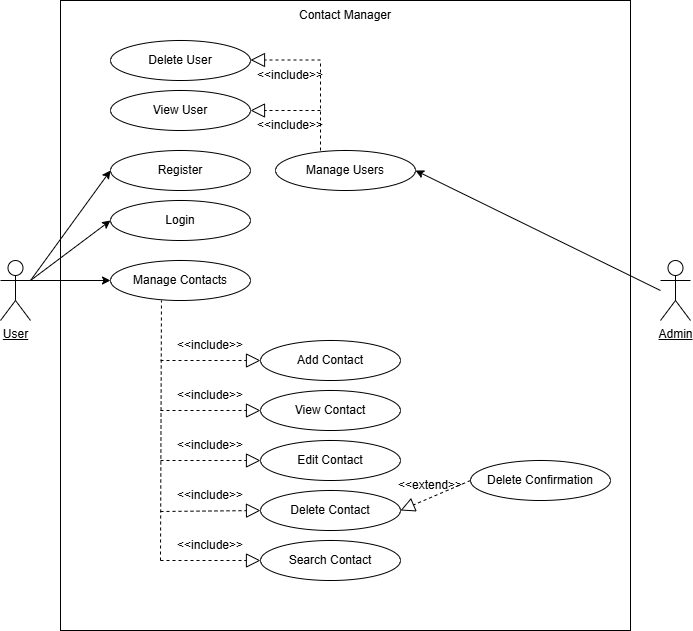
The draw.io diagram FinalUseCase.png in evanjania/POOSD-Group-6-Small-Project, before a commit. Source tidied: cells renumbered, new cells last; positions are measured from the earlier drawing's top-left corner, leaving out a move shared by most shapes. Its diagram source:
```xml
<mxGraphModel>
  <root>
    <mxCell id="0" />
    <mxCell id="1" parent="0" />
    <mxCell id="2" style="rounded=0;whiteSpace=wrap;html=1;" parent="1" vertex="1">
      <mxGeometry x="60" width="570" height="630" as="geometry" />
    </mxCell>
    <mxCell id="3" value="&lt;u&gt;User&lt;/u&gt;" style="shape=umlActor;verticalLabelPosition=bottom;verticalAlign=top;html=1;" parent="1" vertex="1">
      <mxGeometry y="260" width="30" height="60" as="geometry" />
    </mxCell>
    <mxCell id="4" value="Register" style="ellipse;whiteSpace=wrap;html=1;" parent="1" vertex="1">
      <mxGeometry x="110" y="150" width="140" height="40" as="geometry" />
    </mxCell>
    <mxCell id="5" value="Login" style="ellipse;whiteSpace=wrap;html=1;" parent="1" vertex="1">
      <mxGeometry x="110" y="200" width="140" height="40" as="geometry" />
    </mxCell>
    <mxCell id="6" value="Manage Contacts" style="ellipse;whiteSpace=wrap;html=1;" parent="1" vertex="1">
      <mxGeometry x="110" y="260" width="140" height="40" as="geometry" />
    </mxCell>
    <mxCell id="7" value="Add Contact" style="ellipse;whiteSpace=wrap;html=1;" parent="1" vertex="1">
      <mxGeometry x="260" y="340" width="140" height="40" as="geometry" />
    </mxCell>
    <mxCell id="8" value="View Contact" style="ellipse;whiteSpace=wrap;html=1;" parent="1" vertex="1">
      <mxGeometry x="260" y="390" width="140" height="40" as="geometry" />
    </mxCell>
    <mxCell id="9" value="Edit Contact" style="ellipse;whiteSpace=wrap;html=1;" parent="1" vertex="1">
      <mxGeometry x="260" y="440" width="140" height="40" as="geometry" />
    </mxCell>
    <mxCell id="10" value="Delete Contact" style="ellipse;whiteSpace=wrap;html=1;" parent="1" vertex="1">
      <mxGeometry x="260" y="490" width="140" height="40" as="geometry" />
    </mxCell>
    <mxCell id="11" value="Search Contact" style="ellipse;whiteSpace=wrap;html=1;" parent="1" vertex="1">
      <mxGeometry x="260" y="540" width="140" height="40" as="geometry" />
    </mxCell>
    <mxCell id="12" style="endArrow=classic;html=1;rounded=0;entryX=0;entryY=0.5;entryDx=0;entryDy=0;" parent="1" edge="1" target="4">
      <mxGeometry relative="1" as="geometry">
        <mxPoint x="30" y="280" as="sourcePoint" />
      </mxGeometry>
    </mxCell>
    <mxCell id="13" style="endArrow=classic;html=1;rounded=0;entryX=0;entryY=0.5;entryDx=0;entryDy=0;exitX=1;exitY=0.3333333333333333;exitDx=0;exitDy=0;exitPerimeter=0;" parent="1" edge="1" source="3" target="5">
      <mxGeometry relative="1" as="geometry" />
    </mxCell>
    <mxCell id="14" style="endArrow=classic;html=1;rounded=0;entryX=0;entryY=0.5;entryDx=0;entryDy=0;exitX=1;exitY=0.3333333333333333;exitDx=0;exitDy=0;exitPerimeter=0;" parent="1" edge="1" source="3" target="6">
      <mxGeometry relative="1" as="geometry" />
    </mxCell>
    <mxCell id="15" value="&lt;u&gt;Admin&lt;/u&gt;" style="shape=umlActor;verticalLabelPosition=bottom;verticalAlign=top;html=1;" parent="1" vertex="1">
      <mxGeometry x="660" y="260" width="30" height="60" as="geometry" />
    </mxCell>
    <mxCell id="16" style="endArrow=none;dashed=1;html=1;rounded=0;entryX=0.364;entryY=1;entryDx=0;entryDy=0;entryPerimeter=0;" parent="1" edge="1">
      <mxGeometry relative="1" as="geometry">
        <mxPoint x="160" y="560" as="sourcePoint" />
        <mxPoint x="161" y="300" as="targetPoint" />
      </mxGeometry>
    </mxCell>
    <mxCell id="17" style="endArrow=block;dashed=1;endFill=0;endSize=12;html=1;rounded=0;entryX=0;entryY=0.5;entryDx=0;entryDy=0;" parent="1" edge="1" target="11">
      <mxGeometry relative="1" as="geometry">
        <mxPoint x="160" y="560" as="sourcePoint" />
      </mxGeometry>
    </mxCell>
    <mxCell id="18" style="endArrow=block;dashed=1;endFill=0;endSize=12;html=1;rounded=0;entryX=0;entryY=0.5;entryDx=0;entryDy=0;" parent="1" edge="1">
      <mxGeometry relative="1" as="geometry">
        <mxPoint x="160" y="360" as="sourcePoint" />
        <mxPoint x="260" y="360" as="targetPoint" />
      </mxGeometry>
    </mxCell>
    <mxCell id="19" style="endArrow=block;dashed=1;endFill=0;endSize=12;html=1;rounded=0;entryX=0;entryY=0.5;entryDx=0;entryDy=0;" parent="1" edge="1" target="8">
      <mxGeometry relative="1" as="geometry">
        <mxPoint x="160" y="410" as="sourcePoint" />
      </mxGeometry>
    </mxCell>
    <mxCell id="20" style="endArrow=block;dashed=1;endFill=0;endSize=12;html=1;rounded=0;entryX=0;entryY=0.5;entryDx=0;entryDy=0;" parent="1" edge="1" target="9">
      <mxGeometry relative="1" as="geometry">
        <mxPoint x="160" y="460" as="sourcePoint" />
      </mxGeometry>
    </mxCell>
    <mxCell id="21" style="endArrow=block;dashed=1;endFill=0;endSize=12;html=1;rounded=0;entryX=0;entryY=0.5;entryDx=0;entryDy=0;" parent="1" edge="1" target="10">
      <mxGeometry relative="1" as="geometry">
        <mxPoint x="160" y="511" as="sourcePoint" />
      </mxGeometry>
    </mxCell>
    <mxCell id="22" value="Manage Users" style="ellipse;whiteSpace=wrap;html=1;" parent="1" vertex="1">
      <mxGeometry x="275" y="150" width="140" height="40" as="geometry" />
    </mxCell>
    <mxCell id="23" value="View User" style="ellipse;whiteSpace=wrap;html=1;" parent="1" vertex="1">
      <mxGeometry x="110" y="90" width="140" height="40" as="geometry" />
    </mxCell>
    <mxCell id="24" value="Delete User" style="ellipse;whiteSpace=wrap;html=1;" parent="1" vertex="1">
      <mxGeometry x="110" y="40" width="140" height="40" as="geometry" />
    </mxCell>
    <mxCell id="25" style="endArrow=none;dashed=1;html=1;rounded=0;" parent="1" edge="1">
      <mxGeometry relative="1" as="geometry">
        <mxPoint x="320" y="150" as="sourcePoint" />
        <mxPoint x="320" y="60" as="targetPoint" />
      </mxGeometry>
    </mxCell>
    <mxCell id="26" style="endArrow=block;dashed=1;endFill=0;endSize=12;html=1;rounded=0;entryX=1;entryY=0.5;entryDx=0;entryDy=0;" parent="1" edge="1" target="23">
      <mxGeometry relative="1" as="geometry">
        <mxPoint x="320" y="110" as="sourcePoint" />
      </mxGeometry>
    </mxCell>
    <mxCell id="27" style="endArrow=block;dashed=1;endFill=0;endSize=12;html=1;rounded=0;entryX=1;entryY=0.5;entryDx=0;entryDy=0;" parent="1" edge="1">
      <mxGeometry relative="1" as="geometry">
        <mxPoint x="320" y="59.5" as="sourcePoint" />
        <mxPoint x="250" y="59.5" as="targetPoint" />
      </mxGeometry>
    </mxCell>
    <mxCell id="28" style="endArrow=classic;html=1;rounded=0;entryX=1;entryY=0.5;entryDx=0;entryDy=0;exitX=0;exitY=0.5;exitDx=0;exitDy=0;exitPerimeter=0;" parent="1" edge="1" source="15" target="22">
      <mxGeometry relative="1" as="geometry" />
    </mxCell>
    <mxCell id="29" value="&amp;lt;&amp;lt;include&amp;gt;&amp;gt;" style="text;html=1;whiteSpace=wrap;strokeColor=none;fillColor=none;align=center;verticalAlign=middle;rounded=0;" parent="1" vertex="1">
      <mxGeometry x="180" y="330" width="60" height="30" as="geometry" />
    </mxCell>
    <mxCell id="30" value="&amp;lt;&amp;lt;include&amp;gt;&amp;gt;" style="text;html=1;whiteSpace=wrap;strokeColor=none;fillColor=none;align=center;verticalAlign=middle;rounded=0;" parent="1" vertex="1">
      <mxGeometry x="180" y="380" width="60" height="30" as="geometry" />
    </mxCell>
    <mxCell id="31" value="&amp;lt;&amp;lt;include&amp;gt;&amp;gt;" style="text;html=1;whiteSpace=wrap;strokeColor=none;fillColor=none;align=center;verticalAlign=middle;rounded=0;" parent="1" vertex="1">
      <mxGeometry x="180" y="430" width="60" height="30" as="geometry" />
    </mxCell>
    <mxCell id="32" value="&amp;lt;&amp;lt;include&amp;gt;&amp;gt;" style="text;html=1;whiteSpace=wrap;strokeColor=none;fillColor=none;align=center;verticalAlign=middle;rounded=0;" parent="1" vertex="1">
      <mxGeometry x="180" y="480" width="60" height="30" as="geometry" />
    </mxCell>
    <mxCell id="33" value="&amp;lt;&amp;lt;include&amp;gt;&amp;gt;" style="text;html=1;whiteSpace=wrap;strokeColor=none;fillColor=none;align=center;verticalAlign=middle;rounded=0;" parent="1" vertex="1">
      <mxGeometry x="180" y="530" width="60" height="30" as="geometry" />
    </mxCell>
    <mxCell id="34" value="&amp;lt;&amp;lt;include&amp;gt;&amp;gt;" style="text;html=1;whiteSpace=wrap;strokeColor=none;fillColor=none;align=center;verticalAlign=middle;rounded=0;" parent="1" vertex="1">
      <mxGeometry x="260" y="110" width="60" height="30" as="geometry" />
    </mxCell>
    <mxCell id="35" value="&amp;lt;&amp;lt;include&amp;gt;&amp;gt;" style="text;html=1;whiteSpace=wrap;strokeColor=none;fillColor=none;align=center;verticalAlign=middle;rounded=0;" parent="1" vertex="1">
      <mxGeometry x="260" y="60" width="60" height="30" as="geometry" />
    </mxCell>
    <mxCell id="36" value="Delete Confirmation" style="ellipse;whiteSpace=wrap;html=1;" parent="1" vertex="1">
      <mxGeometry x="470" y="460" width="140" height="40" as="geometry" />
    </mxCell>
    <mxCell id="37" style="endArrow=block;dashed=1;endFill=0;endSize=12;html=1;rounded=0;entryX=1;entryY=0.5;entryDx=0;entryDy=0;exitX=0;exitY=0.5;exitDx=0;exitDy=0;" parent="1" edge="1" source="36" target="10">
      <mxGeometry relative="1" as="geometry" />
    </mxCell>
    <mxCell id="38" value="&amp;lt;&amp;lt;extend&amp;gt;&amp;gt;" style="text;html=1;whiteSpace=wrap;strokeColor=none;fillColor=none;align=center;verticalAlign=middle;rounded=0;" parent="1" vertex="1">
      <mxGeometry x="400" y="470" width="60" height="30" as="geometry" />
    </mxCell>
    <mxCell id="39" value="Contact Manager" style="text;html=1;whiteSpace=wrap;strokeColor=none;fillColor=none;align=center;verticalAlign=middle;rounded=0;" parent="1" vertex="1">
      <mxGeometry x="280" width="130" height="30" as="geometry" />
    </mxCell>
  </root>
</mxGraphModel>
```
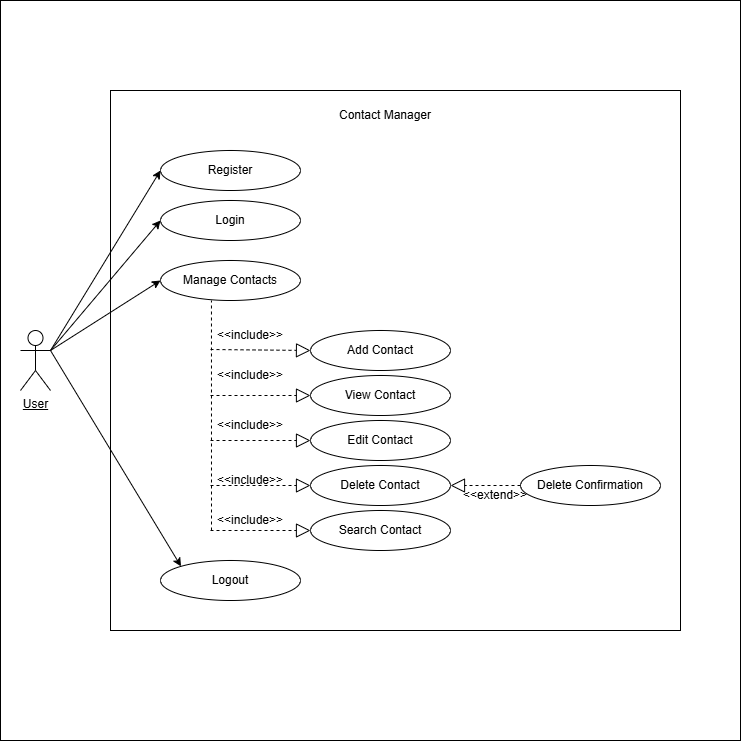
The same diagram one commit later.

What changed in the source:
```diff
@@ -2,11 +2,14 @@
   <root>
     <mxCell id="0" />
     <mxCell id="1" parent="0" />
+    <mxCell id="40" style="whiteSpace=wrap;html=1;" parent="1" vertex="1">
+      <mxGeometry x="-50" width="740" height="740" as="geometry" />
+    </mxCell>
     <mxCell id="2" style="rounded=0;whiteSpace=wrap;html=1;" parent="1" vertex="1">
-      <mxGeometry x="60" width="570" height="630" as="geometry" />
+      <mxGeometry x="60" y="90" width="570" height="540" as="geometry" />
     </mxCell>
     <mxCell id="3" value="&lt;u&gt;User&lt;/u&gt;" style="shape=umlActor;verticalLabelPosition=bottom;verticalAlign=top;html=1;" parent="1" vertex="1">
-      <mxGeometry y="260" width="30" height="60" as="geometry" />
+      <mxGeometry x="-30" y="330" width="30" height="60" as="geometry" />
     </mxCell>
     <mxCell id="4" value="Register" style="ellipse;whiteSpace=wrap;html=1;" parent="1" vertex="1">
       <mxGeometry x="110" y="150" width="140" height="40" as="geometry" />
@@ -14,27 +17,24 @@
     <mxCell id="5" value="Login" style="ellipse;whiteSpace=wrap;html=1;" parent="1" vertex="1">
       <mxGeometry x="110" y="200" width="140" height="40" as="geometry" />
     </mxCell>
-    <mxCell id="6" value="Manage Contacts" style="ellipse;whiteSpace=wrap;html=1;" parent="1" vertex="1">
-      <mxGeometry x="110" y="260" width="140" height="40" as="geometry" />
-    </mxCell>
     <mxCell id="7" value="Add Contact" style="ellipse;whiteSpace=wrap;html=1;" parent="1" vertex="1">
-      <mxGeometry x="260" y="340" width="140" height="40" as="geometry" />
+      <mxGeometry x="260" y="330" width="140" height="40" as="geometry" />
     </mxCell>
     <mxCell id="8" value="View Contact" style="ellipse;whiteSpace=wrap;html=1;" parent="1" vertex="1">
-      <mxGeometry x="260" y="390" width="140" height="40" as="geometry" />
+      <mxGeometry x="260" y="375" width="140" height="40" as="geometry" />
     </mxCell>
     <mxCell id="9" value="Edit Contact" style="ellipse;whiteSpace=wrap;html=1;" parent="1" vertex="1">
-      <mxGeometry x="260" y="440" width="140" height="40" as="geometry" />
+      <mxGeometry x="260" y="420" width="140" height="40" as="geometry" />
     </mxCell>
     <mxCell id="10" value="Delete Contact" style="ellipse;whiteSpace=wrap;html=1;" parent="1" vertex="1">
-      <mxGeometry x="260" y="490" width="140" height="40" as="geometry" />
+      <mxGeometry x="260" y="465" width="140" height="40" as="geometry" />
     </mxCell>
     <mxCell id="11" value="Search Contact" style="ellipse;whiteSpace=wrap;html=1;" parent="1" vertex="1">
-      <mxGeometry x="260" y="540" width="140" height="40" as="geometry" />
+      <mxGeometry x="260" y="510" width="140" height="40" as="geometry" />
     </mxCell>
     <mxCell id="12" style="endArrow=classic;html=1;rounded=0;entryX=0;entryY=0.5;entryDx=0;entryDy=0;" parent="1" edge="1" target="4">
       <mxGeometry relative="1" as="geometry">
-        <mxPoint x="30" y="280" as="sourcePoint" />
+        <mxPoint y="350" as="sourcePoint" />
       </mxGeometry>
     </mxCell>
     <mxCell id="13" style="endArrow=classic;html=1;rounded=0;entryX=0;entryY=0.5;entryDx=0;entryDy=0;exitX=1;exitY=0.3333333333333333;exitDx=0;exitDy=0;exitPerimeter=0;" parent="1" edge="1" source="3" target="5">
@@ -43,102 +43,79 @@
     <mxCell id="14" style="endArrow=classic;html=1;rounded=0;entryX=0;entryY=0.5;entryDx=0;entryDy=0;exitX=1;exitY=0.3333333333333333;exitDx=0;exitDy=0;exitPerimeter=0;" parent="1" edge="1" source="3" target="6">
       <mxGeometry relative="1" as="geometry" />
     </mxCell>
-    <mxCell id="15" value="&lt;u&gt;Admin&lt;/u&gt;" style="shape=umlActor;verticalLabelPosition=bottom;verticalAlign=top;html=1;" parent="1" vertex="1">
-      <mxGeometry x="660" y="260" width="30" height="60" as="geometry" />
-    </mxCell>
-    <mxCell id="16" style="endArrow=none;dashed=1;html=1;rounded=0;entryX=0.364;entryY=1;entryDx=0;entryDy=0;entryPerimeter=0;" parent="1" edge="1">
+    <mxCell id="16" style="endArrow=none;dashed=1;html=1;rounded=0;entryX=0.364;entryY=1;entryDx=0;entryDy=0;entryPerimeter=0;" parent="1" edge="1" source="6">
       <mxGeometry relative="1" as="geometry">
-        <mxPoint x="160" y="560" as="sourcePoint" />
         <mxPoint x="161" y="300" as="targetPoint" />
       </mxGeometry>
     </mxCell>
     <mxCell id="17" style="endArrow=block;dashed=1;endFill=0;endSize=12;html=1;rounded=0;entryX=0;entryY=0.5;entryDx=0;entryDy=0;" parent="1" edge="1" target="11">
       <mxGeometry relative="1" as="geometry">
-        <mxPoint x="160" y="560" as="sourcePoint" />
+        <mxPoint x="160" y="530" as="sourcePoint" />
       </mxGeometry>
     </mxCell>
-    <mxCell id="18" style="endArrow=block;dashed=1;endFill=0;endSize=12;html=1;rounded=0;entryX=0;entryY=0.5;entryDx=0;entryDy=0;" parent="1" edge="1">
-      <mxGeometry relative="1" as="geometry">
-        <mxPoint x="160" y="360" as="sourcePoint" />
-        <mxPoint x="260" y="360" as="targetPoint" />
-      </mxGeometry>
-    </mxCell>
     <mxCell id="19" style="endArrow=block;dashed=1;endFill=0;endSize=12;html=1;rounded=0;entryX=0;entryY=0.5;entryDx=0;entryDy=0;" parent="1" edge="1" target="8">
       <mxGeometry relative="1" as="geometry">
-        <mxPoint x="160" y="410" as="sourcePoint" />
+        <mxPoint x="160" y="395" as="sourcePoint" />
       </mxGeometry>
     </mxCell>
     <mxCell id="20" style="endArrow=block;dashed=1;endFill=0;endSize=12;html=1;rounded=0;entryX=0;entryY=0.5;entryDx=0;entryDy=0;" parent="1" edge="1" target="9">
       <mxGeometry relative="1" as="geometry">
-        <mxPoint x="160" y="460" as="sourcePoint" />
+        <mxPoint x="160" y="440" as="sourcePoint" />
       </mxGeometry>
     </mxCell>
     <mxCell id="21" style="endArrow=block;dashed=1;endFill=0;endSize=12;html=1;rounded=0;entryX=0;entryY=0.5;entryDx=0;entryDy=0;" parent="1" edge="1" target="10">
       <mxGeometry relative="1" as="geometry">
-        <mxPoint x="160" y="511" as="sourcePoint" />
+        <mxPoint x="160" y="485" as="sourcePoint" />
       </mxGeometry>
     </mxCell>
-    <mxCell id="22" value="Manage Users" style="ellipse;whiteSpace=wrap;html=1;" parent="1" vertex="1">
-      <mxGeometry x="275" y="150" width="140" height="40" as="geometry" />
-    </mxCell>
-    <mxCell id="23" value="View User" style="ellipse;whiteSpace=wrap;html=1;" parent="1" vertex="1">
-      <mxGeometry x="110" y="90" width="140" height="40" as="geometry" />
-    </mxCell>
-    <mxCell id="24" value="Delete User" style="ellipse;whiteSpace=wrap;html=1;" parent="1" vertex="1">
-      <mxGeometry x="110" y="40" width="140" height="40" as="geometry" />
-    </mxCell>
-    <mxCell id="25" style="endArrow=none;dashed=1;html=1;rounded=0;" parent="1" edge="1">
-      <mxGeometry relative="1" as="geometry">
-        <mxPoint x="320" y="150" as="sourcePoint" />
-        <mxPoint x="320" y="60" as="targetPoint" />
-      </mxGeometry>
-    </mxCell>
-    <mxCell id="26" style="endArrow=block;dashed=1;endFill=0;endSize=12;html=1;rounded=0;entryX=1;entryY=0.5;entryDx=0;entryDy=0;" parent="1" edge="1" target="23">
-      <mxGeometry relative="1" as="geometry">
-        <mxPoint x="320" y="110" as="sourcePoint" />
-      </mxGeometry>
-    </mxCell>
-    <mxCell id="27" style="endArrow=block;dashed=1;endFill=0;endSize=12;html=1;rounded=0;entryX=1;entryY=0.5;entryDx=0;entryDy=0;" parent="1" edge="1">
-      <mxGeometry relative="1" as="geometry">
-        <mxPoint x="320" y="59.5" as="sourcePoint" />
-        <mxPoint x="250" y="59.5" as="targetPoint" />
-      </mxGeometry>
-    </mxCell>
-    <mxCell id="28" style="endArrow=classic;html=1;rounded=0;entryX=1;entryY=0.5;entryDx=0;entryDy=0;exitX=0;exitY=0.5;exitDx=0;exitDy=0;exitPerimeter=0;" parent="1" edge="1" source="15" target="22">
-      <mxGeometry relative="1" as="geometry" />
-    </mxCell>
-    <mxCell id="29" value="&amp;lt;&amp;lt;include&amp;gt;&amp;gt;" style="text;html=1;whiteSpace=wrap;strokeColor=none;fillColor=none;align=center;verticalAlign=middle;rounded=0;" parent="1" vertex="1">
-      <mxGeometry x="180" y="330" width="60" height="30" as="geometry" />
-    </mxCell>
     <mxCell id="30" value="&amp;lt;&amp;lt;include&amp;gt;&amp;gt;" style="text;html=1;whiteSpace=wrap;strokeColor=none;fillColor=none;align=center;verticalAlign=middle;rounded=0;" parent="1" vertex="1">
-      <mxGeometry x="180" y="380" width="60" height="30" as="geometry" />
+      <mxGeometry x="170" y="360" width="60" height="30" as="geometry" />
     </mxCell>
     <mxCell id="31" value="&amp;lt;&amp;lt;include&amp;gt;&amp;gt;" style="text;html=1;whiteSpace=wrap;strokeColor=none;fillColor=none;align=center;verticalAlign=middle;rounded=0;" parent="1" vertex="1">
-      <mxGeometry x="180" y="430" width="60" height="30" as="geometry" />
+      <mxGeometry x="170" y="410" width="60" height="30" as="geometry" />
     </mxCell>
     <mxCell id="32" value="&amp;lt;&amp;lt;include&amp;gt;&amp;gt;" style="text;html=1;whiteSpace=wrap;strokeColor=none;fillColor=none;align=center;verticalAlign=middle;rounded=0;" parent="1" vertex="1">
-      <mxGeometry x="180" y="480" width="60" height="30" as="geometry" />
+      <mxGeometry x="170" y="465" width="60" height="30" as="geometry" />
     </mxCell>
     <mxCell id="33" value="&amp;lt;&amp;lt;include&amp;gt;&amp;gt;" style="text;html=1;whiteSpace=wrap;strokeColor=none;fillColor=none;align=center;verticalAlign=middle;rounded=0;" parent="1" vertex="1">
-      <mxGeometry x="180" y="530" width="60" height="30" as="geometry" />
+      <mxGeometry x="170" y="505" width="60" height="30" as="geometry" />
     </mxCell>
-    <mxCell id="34" value="&amp;lt;&amp;lt;include&amp;gt;&amp;gt;" style="text;html=1;whiteSpace=wrap;strokeColor=none;fillColor=none;align=center;verticalAlign=middle;rounded=0;" parent="1" vertex="1">
-      <mxGeometry x="260" y="110" width="60" height="30" as="geometry" />
-    </mxCell>
-    <mxCell id="35" value="&amp;lt;&amp;lt;include&amp;gt;&amp;gt;" style="text;html=1;whiteSpace=wrap;strokeColor=none;fillColor=none;align=center;verticalAlign=middle;rounded=0;" parent="1" vertex="1">
-      <mxGeometry x="260" y="60" width="60" height="30" as="geometry" />
-    </mxCell>
     <mxCell id="36" value="Delete Confirmation" style="ellipse;whiteSpace=wrap;html=1;" parent="1" vertex="1">
-      <mxGeometry x="470" y="460" width="140" height="40" as="geometry" />
+      <mxGeometry x="470" y="465" width="140" height="40" as="geometry" />
     </mxCell>
     <mxCell id="37" style="endArrow=block;dashed=1;endFill=0;endSize=12;html=1;rounded=0;entryX=1;entryY=0.5;entryDx=0;entryDy=0;exitX=0;exitY=0.5;exitDx=0;exitDy=0;" parent="1" edge="1" source="36" target="10">
       <mxGeometry relative="1" as="geometry" />
     </mxCell>
     <mxCell id="38" value="&amp;lt;&amp;lt;extend&amp;gt;&amp;gt;" style="text;html=1;whiteSpace=wrap;strokeColor=none;fillColor=none;align=center;verticalAlign=middle;rounded=0;" parent="1" vertex="1">
-      <mxGeometry x="400" y="470" width="60" height="30" as="geometry" />
+      <mxGeometry x="415" y="480" width="60" height="30" as="geometry" />
     </mxCell>
     <mxCell id="39" value="Contact Manager" style="text;html=1;whiteSpace=wrap;strokeColor=none;fillColor=none;align=center;verticalAlign=middle;rounded=0;" parent="1" vertex="1">
-      <mxGeometry x="280" width="130" height="30" as="geometry" />
+      <mxGeometry x="270" y="100" width="130" height="30" as="geometry" />
     </mxCell>
+    <mxCell id="41" style="endArrow=none;dashed=1;html=1;rounded=0;entryX=0.364;entryY=1;entryDx=0;entryDy=0;entryPerimeter=0;" parent="1" edge="1" target="6">
+      <mxGeometry relative="1" as="geometry">
+        <mxPoint x="161" y="530" as="sourcePoint" />
+      </mxGeometry>
+    </mxCell>
+    <mxCell id="6" value="Manage Contacts" style="ellipse;whiteSpace=wrap;html=1;" parent="1" vertex="1">
+      <mxGeometry x="110" y="260" width="140" height="40" as="geometry" />
+    </mxCell>
+    <mxCell id="42" style="endArrow=block;dashed=1;endFill=0;endSize=12;html=1;rounded=0;" parent="1" edge="1">
+      <mxGeometry relative="1" as="geometry">
+        <mxPoint x="160" y="349" as="sourcePoint" />
+        <mxPoint x="260" y="350" as="targetPoint" />
+      </mxGeometry>
+    </mxCell>
+    <mxCell id="29" value="&amp;lt;&amp;lt;include&amp;gt;&amp;gt;" style="text;html=1;whiteSpace=wrap;strokeColor=none;fillColor=none;align=center;verticalAlign=middle;rounded=0;" parent="1" vertex="1">
+      <mxGeometry x="170" y="320" width="60" height="30" as="geometry" />
+    </mxCell>
+    <mxCell id="43" value="Logout" style="ellipse;whiteSpace=wrap;html=1;" parent="1" vertex="1">
+      <mxGeometry x="110" y="560" width="140" height="40" as="geometry" />
+    </mxCell>
+    <mxCell id="44" style="endArrow=classic;html=1;rounded=0;entryX=0;entryY=0;entryDx=0;entryDy=0;" parent="1" edge="1" target="43">
+      <mxGeometry relative="1" as="geometry">
+        <mxPoint y="350" as="sourcePoint" />
+      </mxGeometry>
+    </mxCell>
   </root>
 </mxGraphModel>
```
